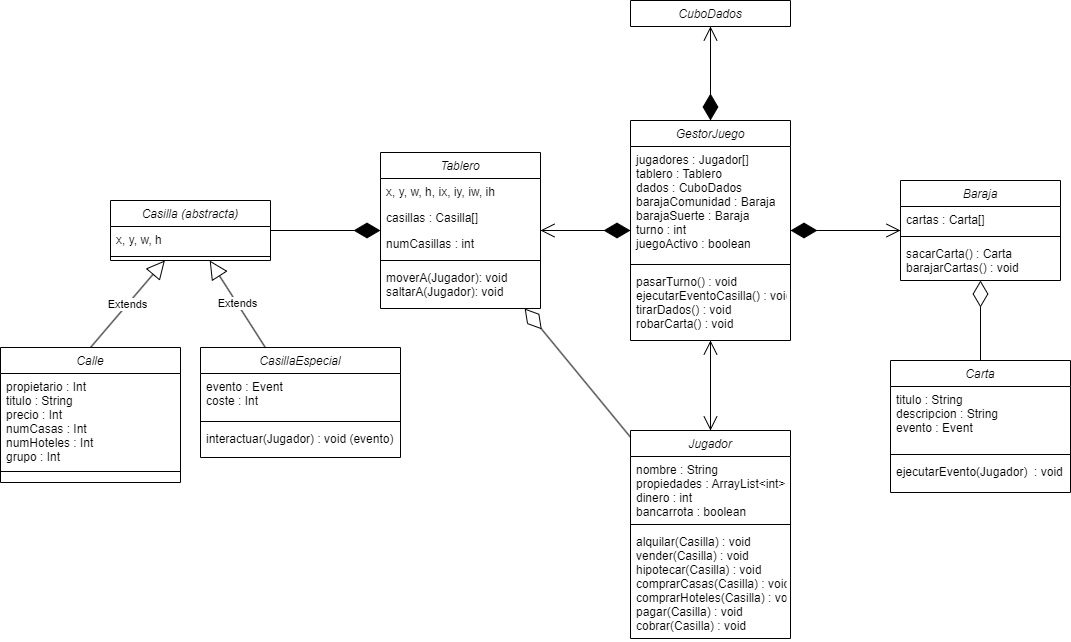
The draw.io diagram monopolio.drawio.png in Jimmyh091/MONOPOLIO, before a commit. Source tidied: cells renumbered, new cells last; positions are measured from the earlier drawing's top-left corner, leaving out a move shared by most shapes.
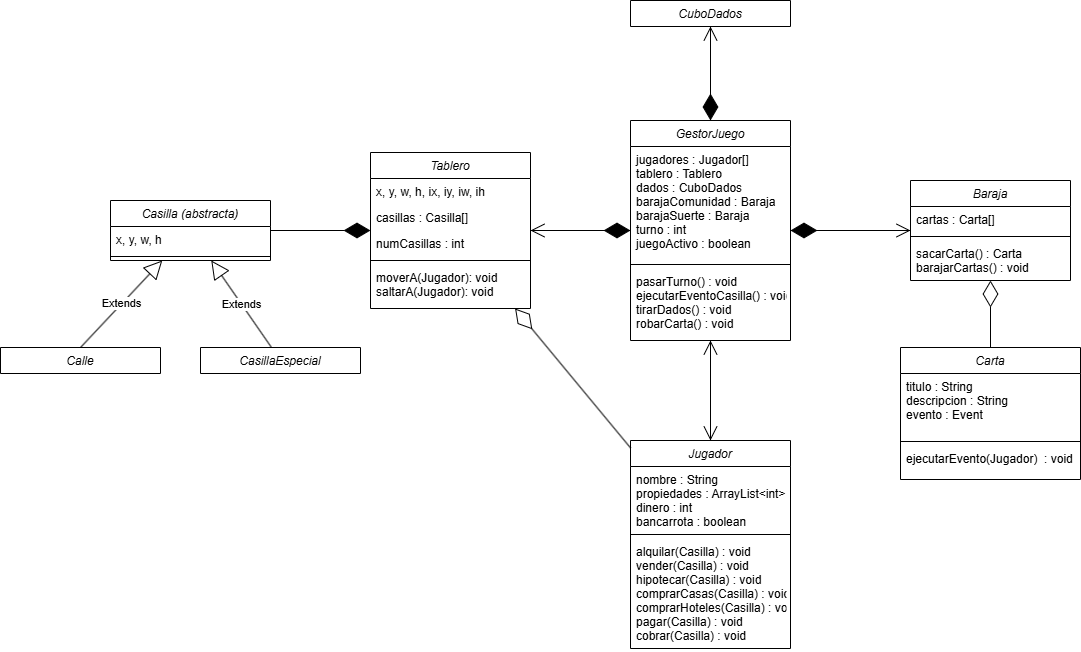
Later version of the same file.

What changed in the source:
```diff
@@ -3,7 +3,7 @@
     <mxCell id="0" />
     <mxCell id="1" parent="0" />
     <mxCell id="2" value="Tablero" style="swimlane;fontStyle=2;align=center;verticalAlign=top;horizontal=1;startSize=26;rounded=0;shadow=0;strokeWidth=1;" parent="1" vertex="1">
-      <mxGeometry x="380" y="152" width="160" height="156" as="geometry" />
+      <mxGeometry x="370" y="152" width="160" height="156" as="geometry" />
     </mxCell>
     <mxCell id="3" value="x, y, w, h, ix, iy, iw, ih" style="text;align=left;verticalAlign=top;spacingLeft=4;spacingRight=4;overflow=hidden;" parent="2" vertex="1">
       <mxGeometry y="26" width="160" height="26" as="geometry" />
@@ -29,29 +29,14 @@
     <mxCell id="10" style="line;html=1;strokeWidth=1;align=left;verticalAlign=middle;spacingTop=-1;spacingLeft=3;spacingRight=3;labelPosition=right;" parent="8" vertex="1">
       <mxGeometry y="52" width="160" height="8" as="geometry" />
     </mxCell>
-    <mxCell id="11" value="Calle" style="swimlane;fontStyle=2;align=center;verticalAlign=top;horizontal=1;startSize=26;rounded=0;shadow=0;strokeWidth=1;" parent="1" vertex="1">
-      <mxGeometry y="347" width="180" height="135" as="geometry" />
+    <mxCell id="11" value="Calle" style="swimlane;fontStyle=2;align=center;verticalAlign=top;horizontal=1;startSize=26;rounded=0;shadow=0;strokeWidth=1;" parent="1" vertex="1" collapsed="1">
+      <mxGeometry y="347" width="160" height="26" as="geometry" />
     </mxCell>
-    <mxCell id="12" value="propietario : Int&#10;titulo : String&#10;precio : Int&#10;numCasas : Int&#10;numHoteles : Int&#10;grupo : Int" style="text;align=left;verticalAlign=top;spacingLeft=4;spacingRight=4;overflow=hidden;rounded=0;shadow=0;html=0;" parent="11" vertex="1">
-      <mxGeometry y="26" width="180" height="94" as="geometry" />
-    </mxCell>
-    <mxCell id="13" style="line;html=1;strokeWidth=1;align=left;verticalAlign=middle;spacingTop=-1;spacingLeft=3;spacingRight=3;labelPosition=right;" parent="11" vertex="1">
-      <mxGeometry y="120" width="180" height="8" as="geometry" />
-    </mxCell>
-    <mxCell id="14" value="CasillaEspecial" style="swimlane;fontStyle=2;align=center;verticalAlign=top;horizontal=1;startSize=26;rounded=0;shadow=0;strokeWidth=1;" parent="1" vertex="1">
-      <mxGeometry x="200" y="347" width="200" height="110" as="geometry" />
+    <mxCell id="14" value="CasillaEspecial" style="swimlane;fontStyle=2;align=center;verticalAlign=top;horizontal=1;startSize=26;rounded=0;shadow=0;strokeWidth=1;" parent="1" vertex="1" collapsed="1">
+      <mxGeometry x="200" y="347" width="160" height="26" as="geometry" />
     </mxCell>
-    <mxCell id="15" value="evento : Event&#10;coste : Int" style="text;align=left;verticalAlign=top;spacingLeft=4;spacingRight=4;overflow=hidden;rounded=0;shadow=0;html=0;" parent="14" vertex="1">
-      <mxGeometry y="26" width="200" height="44" as="geometry" />
-    </mxCell>
-    <mxCell id="16" style="line;html=1;strokeWidth=1;align=left;verticalAlign=middle;spacingTop=-1;spacingLeft=3;spacingRight=3;labelPosition=right;" parent="14" vertex="1">
-      <mxGeometry y="70" width="200" height="8" as="geometry" />
-    </mxCell>
-    <mxCell id="17" value="interactuar(Jugador) : void (evento)" style="text;align=left;verticalAlign=top;spacingLeft=4;spacingRight=4;overflow=hidden;" parent="14" vertex="1">
-      <mxGeometry y="78" width="200" height="32" as="geometry" />
-    </mxCell>
     <mxCell id="18" value="Carta" style="swimlane;fontStyle=2;align=center;verticalAlign=top;horizontal=1;startSize=26;rounded=0;shadow=0;strokeWidth=1;" parent="1" vertex="1">
-      <mxGeometry x="890" y="360" width="180" height="132" as="geometry" />
+      <mxGeometry x="900" y="347" width="180" height="132" as="geometry" />
     </mxCell>
     <mxCell id="19" value="titulo : String&#10;descripcion : String&#10;evento : Event" style="text;align=left;verticalAlign=top;spacingLeft=4;spacingRight=4;overflow=hidden;rounded=0;shadow=0;html=0;" parent="18" vertex="1">
       <mxGeometry y="26" width="180" height="64" as="geometry" />
@@ -63,7 +48,7 @@
       <mxGeometry y="98" width="180" height="34" as="geometry" />
     </mxCell>
     <mxCell id="22" value="Baraja" style="swimlane;fontStyle=2;align=center;verticalAlign=top;horizontal=1;startSize=26;rounded=0;shadow=0;strokeWidth=1;" parent="1" vertex="1">
-      <mxGeometry x="900" y="180" width="160" height="100" as="geometry" />
+      <mxGeometry x="910" y="180" width="160" height="100" as="geometry" />
     </mxCell>
     <mxCell id="23" value="cartas : Carta[]" style="text;align=left;verticalAlign=top;spacingLeft=4;spacingRight=4;overflow=hidden;rounded=0;shadow=0;html=0;" parent="22" vertex="1">
       <mxGeometry y="26" width="160" height="26" as="geometry" />
@@ -78,7 +63,7 @@
       <mxGeometry x="630" width="160" height="26" as="geometry" />
     </mxCell>
     <mxCell id="27" value="Jugador" style="swimlane;fontStyle=2;align=center;verticalAlign=top;horizontal=1;startSize=26;rounded=0;shadow=0;strokeWidth=1;" parent="1" vertex="1">
-      <mxGeometry x="630" y="430" width="160" height="208" as="geometry" />
+      <mxGeometry x="630" y="440" width="160" height="208" as="geometry" />
     </mxCell>
     <mxCell id="28" value="nombre : String&#10;propiedades : ArrayList&lt;int&gt;&#10;dinero : int&#10;bancarrota : boolean" style="text;align=left;verticalAlign=top;spacingLeft=4;spacingRight=4;overflow=hidden;rounded=0;shadow=0;html=0;" parent="27" vertex="1">
       <mxGeometry y="26" width="160" height="64" as="geometry" />
```
